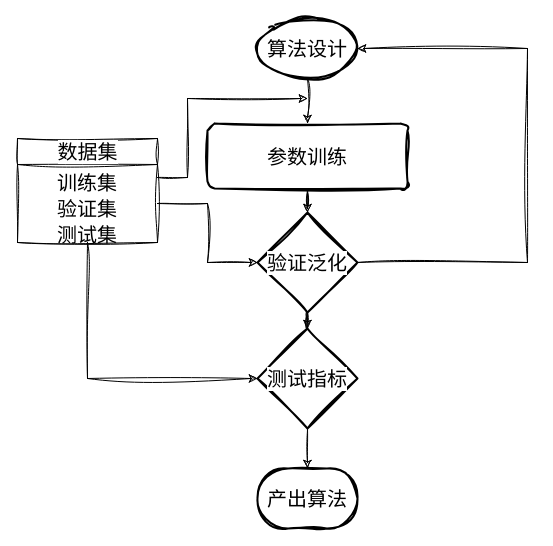
The draw.io diagram page "Page-9" (9 of 16) of Untitled Diagram.drawio in fangwater/Config, before the edit. Source tidied: cells renumbered, new cells numbered last; positions are measured from the earlier drawing's top-left corner, leaving out a move shared by most shapes. Both pictures are drawn from the tidied source at 100%, with x=0, y=0 at pixel (17, 18).
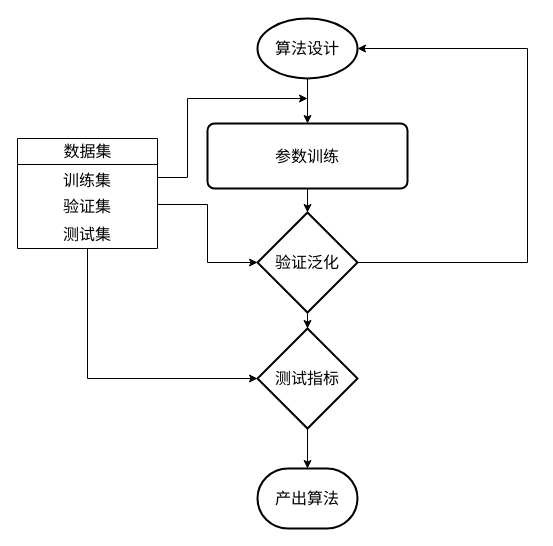
The same diagram, later.

The edit, as a diff of the source:
```diff
@@
-    <mxCell id="2" style="edgeStyle=orthogonalEdgeStyle;rounded=0;sketch=1;hachureGap=4;jiggle=2;curveFitting=1;jettySize=auto;html=1;exitX=0.5;exitY=1;exitDx=0;exitDy=0;entryX=0;entryY=0.5;entryDx=0;entryDy=0;entryPerimeter=0;labelBackgroundColor=#FF0000;fontFamily=Times New Roman;fontSize=16;fontColor=#FF0000;" parent="1" edge="1" source="3" target="19">
+    <mxCell id="2" style="edgeStyle=orthogonalEdgeStyle;rounded=0;hachureGap=4;jettySize=auto;html=1;exitX=0.5;exitY=1;exitDx=0;exitDy=0;entryX=0;entryY=0.5;entryDx=0;entryDy=0;entryPerimeter=0;labelBackgroundColor=#FF0000;fontFamily=Times New Roman;fontSize=16;fontColor=#FF0000;" parent="1" edge="1" source="3" target="19">
       <mxGeometry relative="1" as="geometry" />
     </mxCell>
-    <mxCell id="3" value="数据集" style="swimlane;fontStyle=0;horizontal=1;startSize=26;fillColor=none;html=1;labelBackgroundColor=#FFFFFF;sketch=1;hachureGap=4;jiggle=2;curveFitting=1;fontFamily=Times New Roman;fontSize=20;fontColor=#000000;align=center;" parent="1" vertex="1">
-      <mxGeometry y="120" width="140" height="104" as="geometry" />
+    <mxCell id="3" value="数据集" style="swimlane;fontStyle=0;horizontal=1;startSize=26;fillColor=none;html=1;labelBackgroundColor=#FFFFFF;hachureGap=4;fontFamily=Times New Roman;fontSize=16;fontColor=#000000;align=center;" parent="1" vertex="1">
+      <mxGeometry y="120" width="140" height="110" as="geometry" />
     </mxCell>
-    <mxCell id="4" style="edgeStyle=orthogonalEdgeStyle;rounded=0;sketch=1;hachureGap=4;jiggle=2;curveFitting=1;jettySize=auto;html=1;labelBackgroundColor=#FF0000;fontFamily=Times New Roman;fontSize=16;fontColor=#FF0000;" parent="3" edge="1" source="5">
+    <mxCell id="4" style="edgeStyle=orthogonalEdgeStyle;rounded=0;hachureGap=4;jettySize=auto;html=1;labelBackgroundColor=#FF0000;fontFamily=Times New Roman;fontSize=16;fontColor=#FF0000;" parent="3" edge="1" source="5">
       <mxGeometry relative="1" as="geometry">
         <mxPoint x="290" y="-40" as="targetPoint" />
         <Array as="points">
           <mxPoint x="170" y="39" />
           <mxPoint x="170" y="-40" />
         </Array>
       </mxGeometry>
     </mxCell>
-    <mxCell id="5" value="训练集" style="text;strokeColor=none;fillColor=none;align=center;verticalAlign=top;spacingLeft=4;spacingRight=4;overflow=hidden;points=[[0,0.5],[1,0.5]];portConstraint=eastwest;whiteSpace=wrap;html=1;fontSize=20;fontFamily=Times New Roman;fontColor=#000000;" parent="3" vertex="1">
+    <mxCell id="5" value="训练集" style="text;strokeColor=none;fillColor=none;align=center;verticalAlign=top;spacingLeft=4;spacingRight=4;overflow=hidden;points=[[0,0.5],[1,0.5]];portConstraint=eastwest;whiteSpace=wrap;html=1;fontSize=16;fontFamily=Times New Roman;fontColor=#000000;" parent="3" vertex="1">
       <mxGeometry y="26" width="140" height="26" as="geometry" />
     </mxCell>
-    <mxCell id="6" value="验证集" style="text;strokeColor=none;fillColor=none;align=center;verticalAlign=top;spacingLeft=4;spacingRight=4;overflow=hidden;points=[[0,0.5],[1,0.5]];portConstraint=eastwest;whiteSpace=wrap;html=1;fontSize=20;fontFamily=Times New Roman;fontColor=#000000;" parent="3" vertex="1">
-      <mxGeometry y="52" width="140" height="26" as="geometry" />
+    <mxCell id="6" value="验证集" style="text;strokeColor=none;fillColor=none;align=center;verticalAlign=top;spacingLeft=4;spacingRight=4;overflow=hidden;points=[[0,0.5],[1,0.5]];portConstraint=eastwest;whiteSpace=wrap;html=1;fontSize=16;fontFamily=Times New Roman;fontColor=#000000;" parent="3" vertex="1">
+      <mxGeometry y="52" width="140" height="28" as="geometry" />
     </mxCell>
-    <mxCell id="7" value="测试集" style="text;strokeColor=none;fillColor=none;align=center;verticalAlign=top;spacingLeft=4;spacingRight=4;overflow=hidden;whiteSpace=wrap;html=1;fontSize=20;fontFamily=Times New Roman;fontColor=#000000;" parent="3" vertex="1">
-      <mxGeometry y="78" width="140" height="26" as="geometry" />
+    <mxCell id="7" value="测试集" style="text;strokeColor=none;fillColor=none;align=center;verticalAlign=top;spacingLeft=4;spacingRight=4;overflow=hidden;whiteSpace=wrap;html=1;fontSize=16;fontFamily=Times New Roman;fontColor=#000000;" parent="3" vertex="1">
+      <mxGeometry y="80" width="140" height="30" as="geometry" />
     </mxCell>
@@
-    <mxCell id="9" style="edgeStyle=orthogonalEdgeStyle;rounded=0;sketch=1;hachureGap=4;jiggle=2;curveFitting=1;jettySize=auto;html=1;exitX=0.5;exitY=1;exitDx=0;exitDy=0;exitPerimeter=0;entryX=0.5;entryY=0;entryDx=0;entryDy=0;fontFamily=Times New Roman;fontSize=16;fontColor=#000000;" parent="1" edge="1" source="10" target="12">
+    <mxCell id="9" style="edgeStyle=orthogonalEdgeStyle;rounded=0;hachureGap=4;jettySize=auto;html=1;exitX=0.5;exitY=1;exitDx=0;exitDy=0;exitPerimeter=0;entryX=0.5;entryY=0;entryDx=0;entryDy=0;fontFamily=Times New Roman;fontSize=16;fontColor=#000000;" parent="1" edge="1" source="10" target="12">
       <mxGeometry relative="1" as="geometry" />
     </mxCell>
-    <mxCell id="10" value="算法设计" style="strokeWidth=2;html=1;shape=mxgraph.flowchart.start_1;whiteSpace=wrap;labelBackgroundColor=#FFFFFF;sketch=1;hachureGap=4;jiggle=2;curveFitting=1;fontFamily=Times New Roman;fontSize=20;fontColor=#000000;" parent="1" vertex="1">
+    <mxCell id="10" value="算法设计" style="strokeWidth=2;html=1;shape=mxgraph.flowchart.start_1;whiteSpace=wrap;labelBackgroundColor=#FFFFFF;hachureGap=4;fontFamily=Times New Roman;fontSize=16;fontColor=#000000;" parent="1" vertex="1">
       <mxGeometry x="240" width="100" height="60" as="geometry" />
     </mxCell>
-    <mxCell id="11" style="edgeStyle=orthogonalEdgeStyle;rounded=0;sketch=1;hachureGap=4;jiggle=2;curveFitting=1;jettySize=auto;html=1;fontFamily=Times New Roman;fontSize=16;fontColor=#000000;" parent="1" edge="1" source="12" target="16">
+    <mxCell id="11" style="edgeStyle=orthogonalEdgeStyle;rounded=0;hachureGap=4;jettySize=auto;html=1;fontFamily=Times New Roman;fontSize=16;fontColor=#000000;" parent="1" edge="1" source="12" target="16">
       <mxGeometry relative="1" as="geometry" />
     </mxCell>
-    <mxCell id="12" value="参数训练" style="rounded=1;whiteSpace=wrap;html=1;absoluteArcSize=1;arcSize=14;strokeWidth=2;labelBackgroundColor=#FFFFFF;sketch=1;hachureGap=4;jiggle=2;curveFitting=1;fontFamily=Times New Roman;fontSize=20;fontColor=#000000;" parent="1" vertex="1">
+    <mxCell id="12" value="参数训练" style="rounded=1;whiteSpace=wrap;html=1;absoluteArcSize=1;arcSize=14;strokeWidth=2;labelBackgroundColor=#FFFFFF;hachureGap=4;fontFamily=Times New Roman;fontSize=16;fontColor=#000000;" parent="1" vertex="1">
       <mxGeometry x="190" y="105" width="200" height="65" as="geometry" />
     </mxCell>
-    <mxCell id="13" value="产出算法" style="strokeWidth=2;html=1;shape=mxgraph.flowchart.terminator;whiteSpace=wrap;labelBackgroundColor=#FFFFFF;sketch=1;hachureGap=4;jiggle=2;curveFitting=1;fontFamily=Times New Roman;fontSize=20;fontColor=#000000;" parent="1" vertex="1">
+    <mxCell id="13" value="产出算法" style="strokeWidth=2;html=1;shape=mxgraph.flowchart.terminator;whiteSpace=wrap;labelBackgroundColor=#FFFFFF;hachureGap=4;fontFamily=Times New Roman;fontSize=16;fontColor=#000000;" parent="1" vertex="1">
       <mxGeometry x="240" y="450" width="100" height="60" as="geometry" />
     </mxCell>
-    <mxCell id="14" style="edgeStyle=orthogonalEdgeStyle;rounded=0;sketch=1;hachureGap=4;jiggle=2;curveFitting=1;jettySize=auto;html=1;exitX=1;exitY=0.5;exitDx=0;exitDy=0;exitPerimeter=0;entryX=1;entryY=0.5;entryDx=0;entryDy=0;entryPerimeter=0;fontFamily=Times New Roman;fontSize=16;fontColor=#FF0000;labelBackgroundColor=#FF0000;" parent="1" edge="1" source="16" target="10">
+    <mxCell id="14" style="edgeStyle=orthogonalEdgeStyle;rounded=0;hachureGap=4;jettySize=auto;html=1;exitX=1;exitY=0.5;exitDx=0;exitDy=0;exitPerimeter=0;entryX=1;entryY=0.5;entryDx=0;entryDy=0;entryPerimeter=0;fontFamily=Times New Roman;fontSize=16;fontColor=#FF0000;labelBackgroundColor=#FF0000;" parent="1" edge="1" source="16" target="10">
       <mxGeometry relative="1" as="geometry">
         <Array as="points">
           <mxPoint x="510" y="244" />
           <mxPoint x="510" y="30" />
         </Array>
       </mxGeometry>
     </mxCell>
-    <mxCell id="15" style="edgeStyle=orthogonalEdgeStyle;rounded=0;sketch=1;hachureGap=4;jiggle=2;curveFitting=1;jettySize=auto;html=1;exitX=0.5;exitY=1;exitDx=0;exitDy=0;exitPerimeter=0;labelBackgroundColor=#FF0000;fontFamily=Times New Roman;fontSize=16;fontColor=#FF0000;" parent="1" edge="1" source="16" target="19">
+    <mxCell id="15" style="edgeStyle=orthogonalEdgeStyle;rounded=0;hachureGap=4;jettySize=auto;html=1;exitX=0.5;exitY=1;exitDx=0;exitDy=0;exitPerimeter=0;labelBackgroundColor=#FF0000;fontFamily=Times New Roman;fontSize=16;fontColor=#FF0000;" parent="1" edge="1" source="16" target="19">
       <mxGeometry relative="1" as="geometry" />
     </mxCell>
-    <mxCell id="16" value="验证泛化" style="strokeWidth=2;html=1;shape=mxgraph.flowchart.decision;whiteSpace=wrap;labelBackgroundColor=#FFFFFF;sketch=1;hachureGap=4;jiggle=2;curveFitting=1;fontFamily=Times New Roman;fontSize=20;fontColor=#000000;" parent="1" vertex="1">
+    <mxCell id="16" value="验证泛化" style="strokeWidth=2;html=1;shape=mxgraph.flowchart.decision;whiteSpace=wrap;labelBackgroundColor=#FFFFFF;hachureGap=4;fontFamily=Times New Roman;fontSize=16;fontColor=#000000;" parent="1" vertex="1">
       <mxGeometry x="240" y="194" width="100" height="100" as="geometry" />
     </mxCell>
-    <mxCell id="17" style="edgeStyle=orthogonalEdgeStyle;rounded=0;sketch=1;hachureGap=4;jiggle=2;curveFitting=1;jettySize=auto;html=1;entryX=0;entryY=0.5;entryDx=0;entryDy=0;entryPerimeter=0;labelBackgroundColor=#FF0000;fontFamily=Times New Roman;fontSize=16;fontColor=#FF0000;" parent="1" edge="1" source="6" target="16">
+    <mxCell id="17" style="edgeStyle=orthogonalEdgeStyle;rounded=0;hachureGap=4;jettySize=auto;html=1;entryX=0;entryY=0.5;entryDx=0;entryDy=0;entryPerimeter=0;labelBackgroundColor=#FF0000;fontFamily=Times New Roman;fontSize=16;fontColor=#FF0000;" parent="1" edge="1" source="6" target="16">
       <mxGeometry relative="1" as="geometry" />
     </mxCell>
-    <mxCell id="18" style="edgeStyle=orthogonalEdgeStyle;rounded=0;sketch=1;hachureGap=4;jiggle=2;curveFitting=1;jettySize=auto;html=1;exitX=0.5;exitY=1;exitDx=0;exitDy=0;exitPerimeter=0;entryX=0.5;entryY=0;entryDx=0;entryDy=0;entryPerimeter=0;labelBackgroundColor=#FF0000;fontFamily=Times New Roman;fontSize=16;fontColor=#FF0000;" parent="1" edge="1" source="19" target="13">
+    <mxCell id="18" style="edgeStyle=orthogonalEdgeStyle;rounded=0;hachureGap=4;jettySize=auto;html=1;exitX=0.5;exitY=1;exitDx=0;exitDy=0;exitPerimeter=0;entryX=0.5;entryY=0;entryDx=0;entryDy=0;entryPerimeter=0;labelBackgroundColor=#FF0000;fontFamily=Times New Roman;fontSize=16;fontColor=#FF0000;" parent="1" edge="1" source="19" target="13">
       <mxGeometry relative="1" as="geometry" />
     </mxCell>
-    <mxCell id="19" value="测试指标" style="strokeWidth=2;html=1;shape=mxgraph.flowchart.decision;whiteSpace=wrap;labelBackgroundColor=#FFFFFF;sketch=1;hachureGap=4;jiggle=2;curveFitting=1;fontFamily=Times New Roman;fontSize=20;fontColor=#000000;" parent="1" vertex="1">
+    <mxCell id="19" value="测试指标" style="strokeWidth=2;html=1;shape=mxgraph.flowchart.decision;whiteSpace=wrap;labelBackgroundColor=#FFFFFF;hachureGap=4;fontFamily=Times New Roman;fontSize=16;fontColor=#000000;" parent="1" vertex="1">
       <mxGeometry x="240" y="310" width="100" height="100" as="geometry" />
     </mxCell>
```
